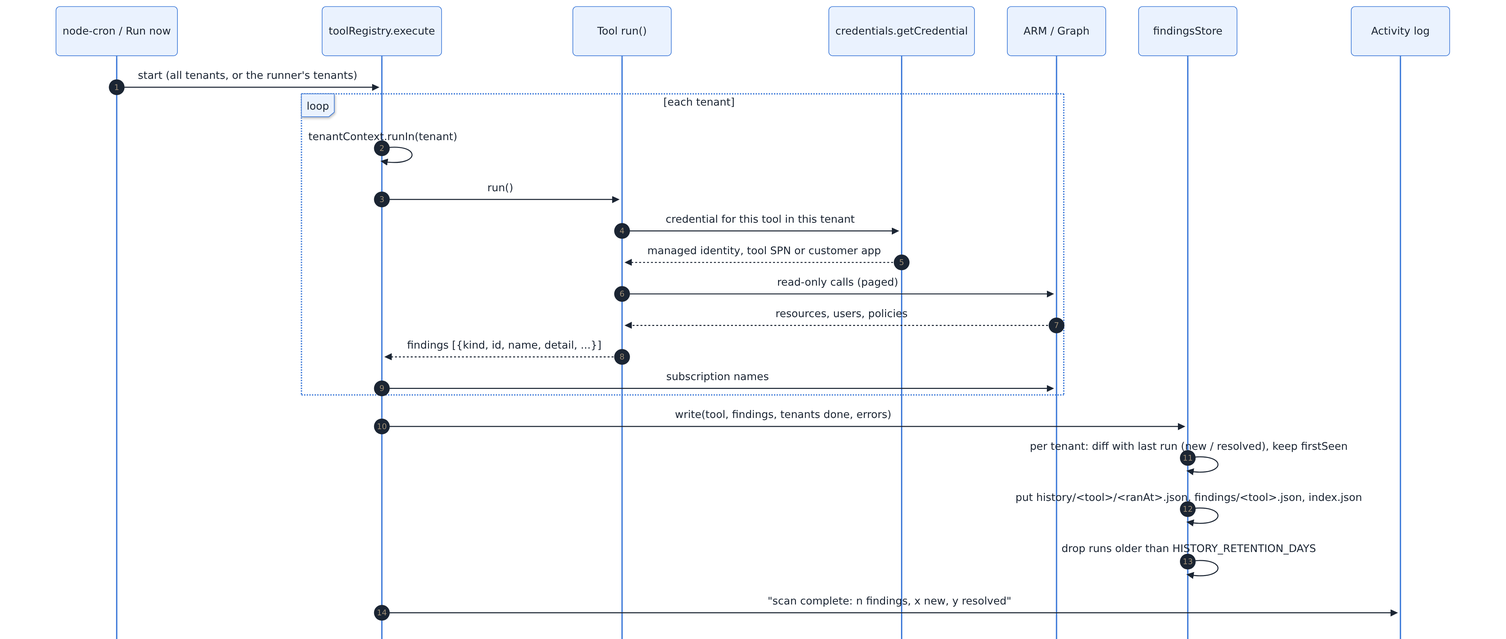
Earlier version of the Mermaid export docs/diagrams/arch-scan-run.png (Gooseankles/cirrus-watch). Its source is kept beside it as docs/diagrams/arch-scan-run.mmd.
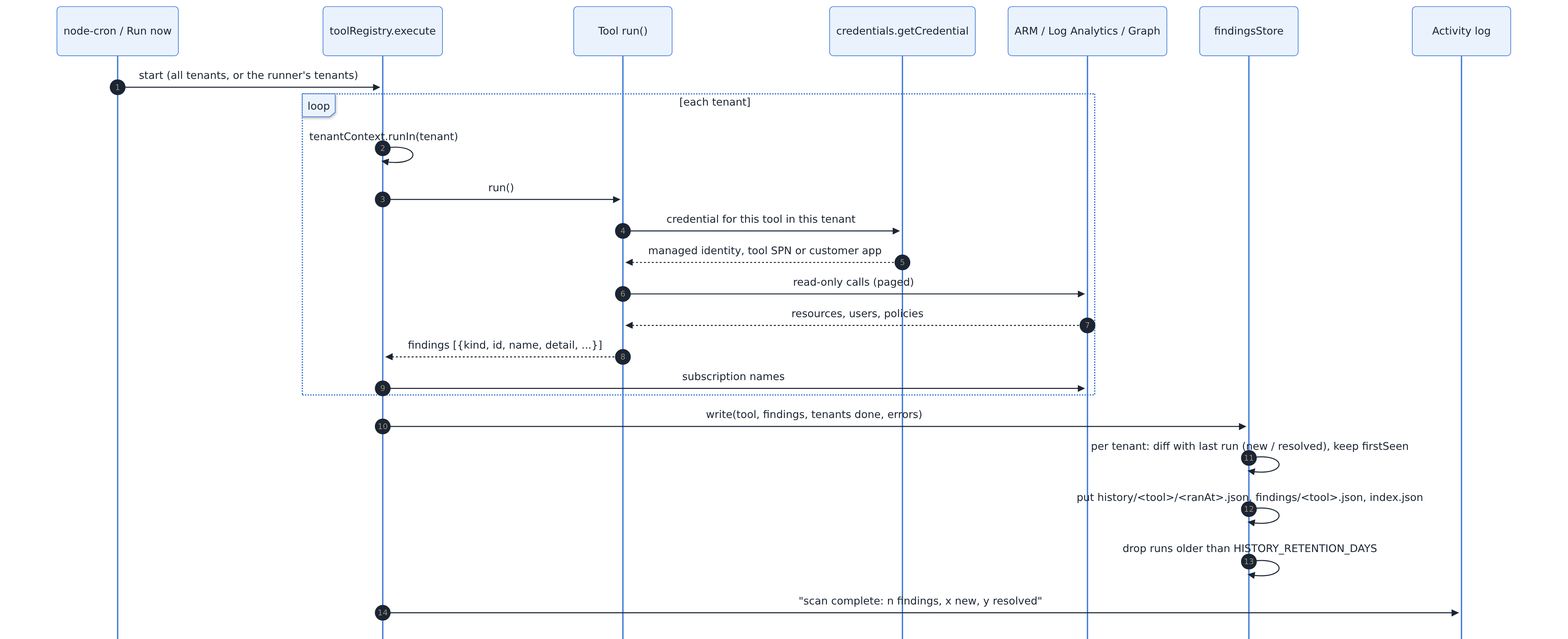
The same file after the commit.

Diff of the diagram source:
```diff
@@ -4,7 +4,7 @@
   participant R as toolRegistry.execute
   participant T as Tool run()
   participant ID as credentials.getCredential
-  participant AZ as ARM / Graph
+  participant AZ as ARM / Log Analytics / Graph
   participant S as findingsStore
   participant L as Activity log
   C->>R: start (all tenants, or the runner's tenants)
```
